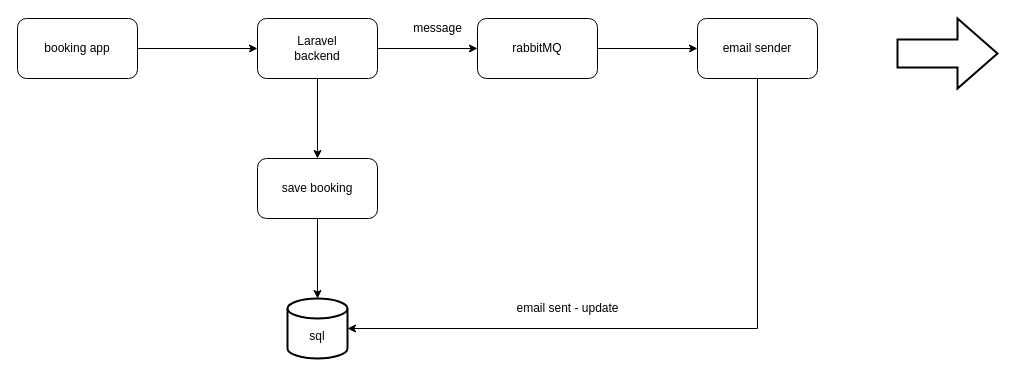
mamin11/bookme keeps this draw.io diagram as page "Page-1" (1 of 2) of docs/charts.drawio. Above is the earlier version. Source tidied: cells renumbered, new cells numbered last; positions are measured from the earlier drawing's top-left corner, leaving out a move shared by most shapes. Both pictures are drawn from the tidied source at 100%, with x=0, y=0 at pixel (17, 18).
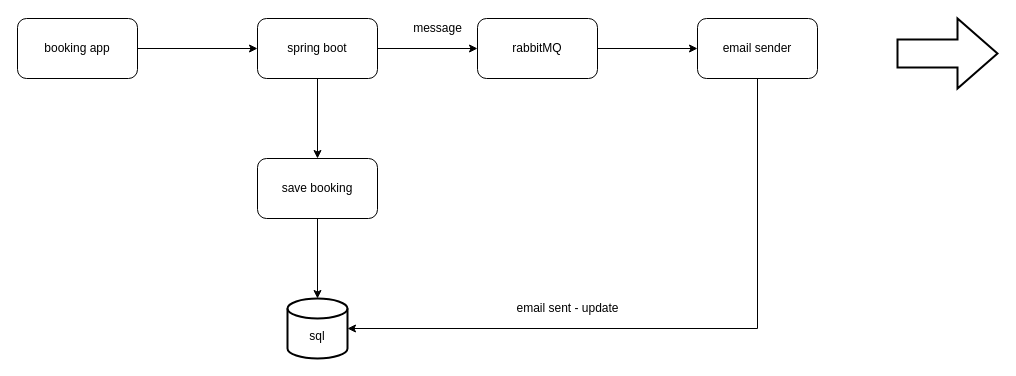
Above is the later version.

The edit, as a diff of the source:
```diff
@@
 <mxGraphModel>
   <root>
     <mxCell id="0" />
     <mxCell id="1" parent="0" />
     <mxCell id="2" style="edgeStyle=orthogonalEdgeStyle;rounded=0;jettySize=auto;html=1;entryX=0;entryY=0.5;entryDx=0;entryDy=0;" parent="1" edge="1" source="3" target="6">
       <mxGeometry relative="1" as="geometry" />
     </mxCell>
     <mxCell id="3" value="booking app" style="rounded=1;whiteSpace=wrap;html=1;" parent="1" vertex="1">
       <mxGeometry width="120" height="60" as="geometry" />
     </mxCell>
     <mxCell id="4" style="edgeStyle=orthogonalEdgeStyle;rounded=0;jettySize=auto;html=1;" parent="1" edge="1" source="6" target="9">
       <mxGeometry relative="1" as="geometry" />
     </mxCell>
     <mxCell id="5" style="edgeStyle=orthogonalEdgeStyle;rounded=0;jettySize=auto;html=1;" parent="1" edge="1" source="6" target="11">
       <mxGeometry relative="1" as="geometry" />
     </mxCell>
-    <mxCell id="6" value="Laravel &lt;br&gt;backend" style="rounded=1;whiteSpace=wrap;html=1;" parent="1" vertex="1">
+    <mxCell id="6" value="spring boot" style="rounded=1;whiteSpace=wrap;html=1;" parent="1" vertex="1">
       <mxGeometry x="240" width="120" height="60" as="geometry" />
     </mxCell>
     <mxCell id="7" value="&lt;br&gt;sql" style="strokeWidth=2;html=1;shape=mxgraph.flowchart.database;whiteSpace=wrap;" parent="1" vertex="1">
       <mxGeometry x="270" y="280" width="60" height="60" as="geometry" />
     </mxCell>
     <mxCell id="8" style="edgeStyle=orthogonalEdgeStyle;rounded=0;jettySize=auto;html=1;entryX=0.5;entryY=0;entryDx=0;entryDy=0;entryPerimeter=0;" parent="1" edge="1" source="9" target="7">
       <mxGeometry relative="1" as="geometry" />
     </mxCell>
     <mxCell id="9" value="save booking" style="rounded=1;whiteSpace=wrap;html=1;" parent="1" vertex="1">
       <mxGeometry x="240" y="140" width="120" height="60" as="geometry" />
     </mxCell>
     <mxCell id="10" style="edgeStyle=orthogonalEdgeStyle;rounded=0;jettySize=auto;html=1;" parent="1" edge="1" source="11" target="14">
       <mxGeometry relative="1" as="geometry" />
     </mxCell>
     <mxCell id="11" value="rabbitMQ" style="rounded=1;whiteSpace=wrap;html=1;" parent="1" vertex="1">
       <mxGeometry x="460" width="120" height="60" as="geometry" />
     </mxCell>
     <mxCell id="12" value="message" style="text;html=1;align=center;verticalAlign=middle;strokeColor=none;fillColor=none;" parent="1" vertex="1">
       <mxGeometry x="390" width="60" height="20" as="geometry" />
     </mxCell>
     <mxCell id="13" style="edgeStyle=orthogonalEdgeStyle;rounded=0;jettySize=auto;html=1;exitX=0.5;exitY=1;exitDx=0;exitDy=0;entryX=1;entryY=0.5;entryDx=0;entryDy=0;entryPerimeter=0;" parent="1" edge="1" source="14" target="7">
       <mxGeometry relative="1" as="geometry" />
     </mxCell>
     <mxCell id="14" value="email sender" style="rounded=1;whiteSpace=wrap;html=1;" parent="1" vertex="1">
       <mxGeometry x="680" width="120" height="60" as="geometry" />
     </mxCell>
     <mxCell id="15" style="verticalLabelPosition=bottom;verticalAlign=top;html=1;strokeWidth=2;shape=mxgraph.arrows2.arrow;dy=0.6;dx=40;notch=0;" parent="1" vertex="1">
       <mxGeometry x="880" width="100" height="70" as="geometry" />
     </mxCell>
     <mxCell id="16" value="email sent - update" style="text;html=1;align=center;verticalAlign=middle;strokeColor=none;fillColor=none;" parent="1" vertex="1">
       <mxGeometry x="490" y="280" width="120" height="20" as="geometry" />
     </mxCell>
   </root>
 </mxGraphModel>
```
